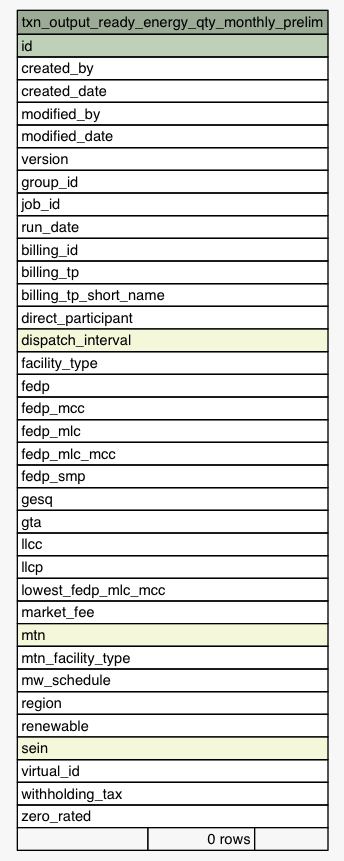
eyana-m/python-data-dictionary-writer keeps this Graphviz diagram as Data/settlement/diagrams/summary/txn_output_ready_energy_qty_monthly_prelim.1degree.png. Above is the earlier version. Its source is kept beside it as Data/settlement/diagrams/summary/txn_output_ready_energy_qty_monthly_prelim.1degree.dot. Source of this version:
```dot
digraph "txn_output_ready_energy_qty_monthly_prelim" {
  graph [
    rankdir="RL"
    bgcolor="#f7f7f7"
    nodesep="0.18"
    ranksep="0.46"
    fontname="Helvetica"
    fontsize="11"
  ];
  node [
    fontname="Helvetica"
    fontsize="11"
    shape="plaintext"
  ];
  edge [
    arrowsize="0.8"
  ];
  "txn_output_ready_energy_qty_monthly_prelim" [
    label=<
    <TABLE BORDER="0" CELLBORDER="1" CELLSPACING="0" BGCOLOR="#ffffff">
      <TR><TD COLSPAN="3" BGCOLOR="#9bab96" ALIGN="CENTER">txn_output_ready_energy_qty_monthly_prelim</TD></TR>
      <TR><TD PORT="id" COLSPAN="3" BGCOLOR="#bed1b8" ALIGN="LEFT">id</TD></TR>
      <TR><TD PORT="created_by" COLSPAN="3" ALIGN="LEFT">created_by</TD></TR>
      <TR><TD PORT="created_date" COLSPAN="3" ALIGN="LEFT">created_date</TD></TR>
      <TR><TD PORT="modified_by" COLSPAN="3" ALIGN="LEFT">modified_by</TD></TR>
      <TR><TD PORT="modified_date" COLSPAN="3" ALIGN="LEFT">modified_date</TD></TR>
      <TR><TD PORT="version" COLSPAN="3" ALIGN="LEFT">version</TD></TR>
      <TR><TD PORT="group_id" COLSPAN="3" ALIGN="LEFT">group_id</TD></TR>
      <TR><TD PORT="job_id" COLSPAN="3" ALIGN="LEFT">job_id</TD></TR>
      <TR><TD PORT="run_date" COLSPAN="3" ALIGN="LEFT">run_date</TD></TR>
      <TR><TD PORT="billing_id" COLSPAN="3" ALIGN="LEFT">billing_id</TD></TR>
      <TR><TD PORT="billing_tp" COLSPAN="3" ALIGN="LEFT">billing_tp</TD></TR>
      <TR><TD PORT="billing_tp_short_name" COLSPAN="3" ALIGN="LEFT">billing_tp_short_name</TD></TR>
      <TR><TD PORT="direct_participant" COLSPAN="3" ALIGN="LEFT">direct_participant</TD></TR>
      <TR><TD PORT="dispatch_interval" COLSPAN="3" BGCOLOR="#f4f7da" ALIGN="LEFT">dispatch_interval</TD></TR>
      <TR><TD PORT="facility_type" COLSPAN="3" ALIGN="LEFT">facility_type</TD></TR>
      <TR><TD PORT="fedp" COLSPAN="3" ALIGN="LEFT">fedp</TD></TR>
      <TR><TD PORT="fedp_mcc" COLSPAN="3" ALIGN="LEFT">fedp_mcc</TD></TR>
      <TR><TD PORT="fedp_mlc" COLSPAN="3" ALIGN="LEFT">fedp_mlc</TD></TR>
      <TR><TD PORT="fedp_mlc_mcc" COLSPAN="3" ALIGN="LEFT">fedp_mlc_mcc</TD></TR>
      <TR><TD PORT="fedp_smp" COLSPAN="3" ALIGN="LEFT">fedp_smp</TD></TR>
      <TR><TD PORT="gesq" COLSPAN="3" ALIGN="LEFT">gesq</TD></TR>
      <TR><TD PORT="gta" COLSPAN="3" ALIGN="LEFT">gta</TD></TR>
      <TR><TD PORT="llcc" COLSPAN="3" ALIGN="LEFT">llcc</TD></TR>
      <TR><TD PORT="llcp" COLSPAN="3" ALIGN="LEFT">llcp</TD></TR>
      <TR><TD PORT="lowest_fedp_mlc_mcc" COLSPAN="3" ALIGN="LEFT">lowest_fedp_mlc_mcc</TD></TR>
      <TR><TD PORT="market_fee" COLSPAN="3" ALIGN="LEFT">market_fee</TD></TR>
      <TR><TD PORT="mtn" COLSPAN="3" BGCOLOR="#f4f7da" ALIGN="LEFT">mtn</TD></TR>
      <TR><TD PORT="mtn_facility_type" COLSPAN="3" ALIGN="LEFT">mtn_facility_type</TD></TR>
      <TR><TD PORT="mw_schedule" COLSPAN="3" ALIGN="LEFT">mw_schedule</TD></TR>
      <TR><TD PORT="region" COLSPAN="3" ALIGN="LEFT">region</TD></TR>
      <TR><TD PORT="renewable" COLSPAN="3" ALIGN="LEFT">renewable</TD></TR>
      <TR><TD PORT="sein" COLSPAN="3" BGCOLOR="#f4f7da" ALIGN="LEFT">sein</TD></TR>
      <TR><TD PORT="virtual_id" COLSPAN="3" ALIGN="LEFT">virtual_id</TD></TR>
      <TR><TD PORT="withholding_tax" COLSPAN="3" ALIGN="LEFT">withholding_tax</TD></TR>
      <TR><TD PORT="zero_rated" COLSPAN="3" ALIGN="LEFT">zero_rated</TD></TR>
      <TR><TD ALIGN="LEFT" BGCOLOR="#f7f7f7">  </TD><TD ALIGN="RIGHT" BGCOLOR="#f7f7f7">0 rows</TD><TD ALIGN="RIGHT" BGCOLOR="#f7f7f7">  </TD></TR>
    </TABLE>>
    URL="tables/txn_output_ready_energy_qty_monthly_prelim.html"
    tooltip="txn_output_ready_energy_qty_monthly_prelim"
  ];
}
```
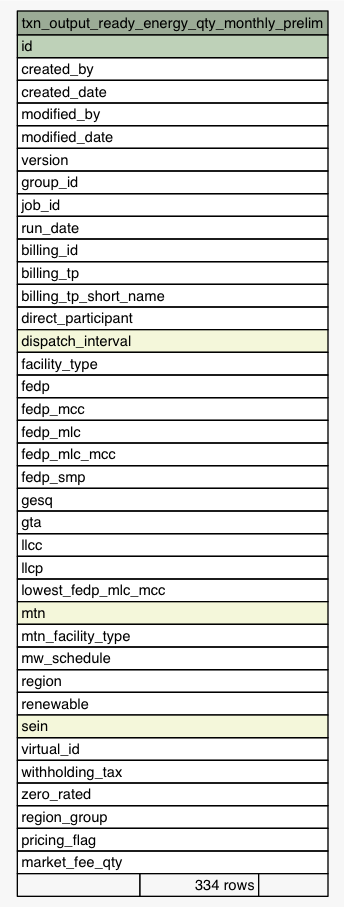
Later version of the same file.

What changed in the source:
```diff
@@ -44,7 +44,6 @@
       <TR><TD PORT="llcc" COLSPAN="3" ALIGN="LEFT">llcc</TD></TR>
       <TR><TD PORT="llcp" COLSPAN="3" ALIGN="LEFT">llcp</TD></TR>
       <TR><TD PORT="lowest_fedp_mlc_mcc" COLSPAN="3" ALIGN="LEFT">lowest_fedp_mlc_mcc</TD></TR>
-      <TR><TD PORT="market_fee" COLSPAN="3" ALIGN="LEFT">market_fee</TD></TR>
       <TR><TD PORT="mtn" COLSPAN="3" BGCOLOR="#f4f7da" ALIGN="LEFT">mtn</TD></TR>
       <TR><TD PORT="mtn_facility_type" COLSPAN="3" ALIGN="LEFT">mtn_facility_type</TD></TR>
       <TR><TD PORT="mw_schedule" COLSPAN="3" ALIGN="LEFT">mw_schedule</TD></TR>
@@ -54,7 +53,10 @@
       <TR><TD PORT="virtual_id" COLSPAN="3" ALIGN="LEFT">virtual_id</TD></TR>
       <TR><TD PORT="withholding_tax" COLSPAN="3" ALIGN="LEFT">withholding_tax</TD></TR>
       <TR><TD PORT="zero_rated" COLSPAN="3" ALIGN="LEFT">zero_rated</TD></TR>
-      <TR><TD ALIGN="LEFT" BGCOLOR="#f7f7f7">  </TD><TD ALIGN="RIGHT" BGCOLOR="#f7f7f7">0 rows</TD><TD ALIGN="RIGHT" BGCOLOR="#f7f7f7">  </TD></TR>
+      <TR><TD PORT="region_group" COLSPAN="3" ALIGN="LEFT">region_group</TD></TR>
+      <TR><TD PORT="pricing_flag" COLSPAN="3" ALIGN="LEFT">pricing_flag</TD></TR>
+      <TR><TD PORT="market_fee_qty" COLSPAN="3" ALIGN="LEFT">market_fee_qty</TD></TR>
+      <TR><TD ALIGN="LEFT" BGCOLOR="#f7f7f7">  </TD><TD ALIGN="RIGHT" BGCOLOR="#f7f7f7">334 rows</TD><TD ALIGN="RIGHT" BGCOLOR="#f7f7f7">  </TD></TR>
     </TABLE>>
     URL="tables/txn_output_ready_energy_qty_monthly_prelim.html"
     tooltip="txn_output_ready_energy_qty_monthly_prelim"
```
